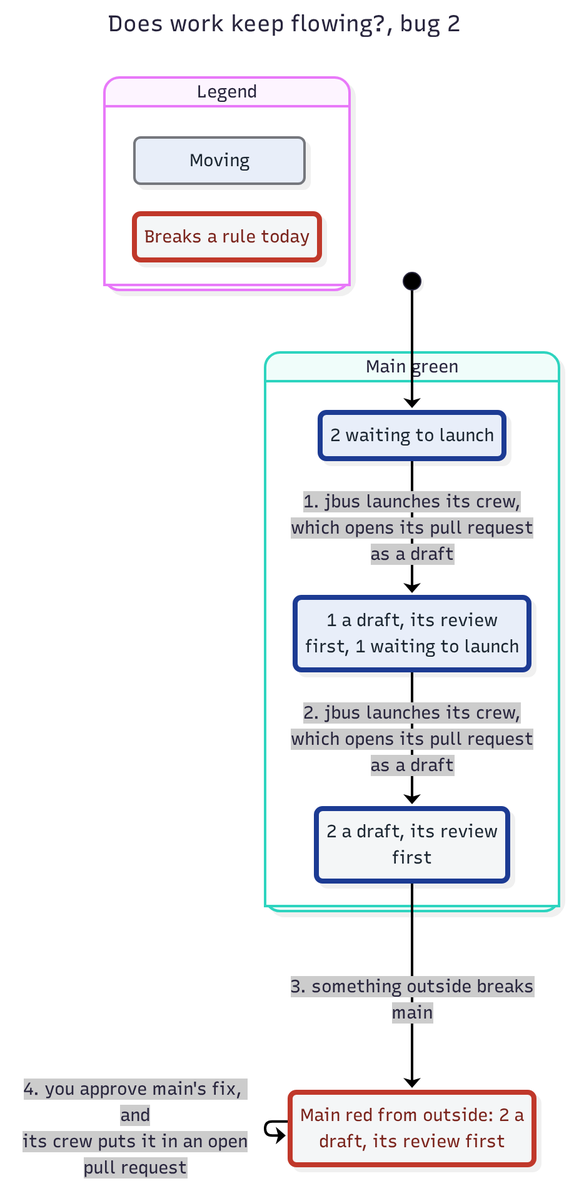
Earlier version of the Mermaid export features/jmerge/spec/FlowToday-statechart/bug-2.png (JoshuaHayesWasHere/jstack). Its source is kept beside it as features/jmerge/spec/FlowToday-statechart/bug-2.mmd.
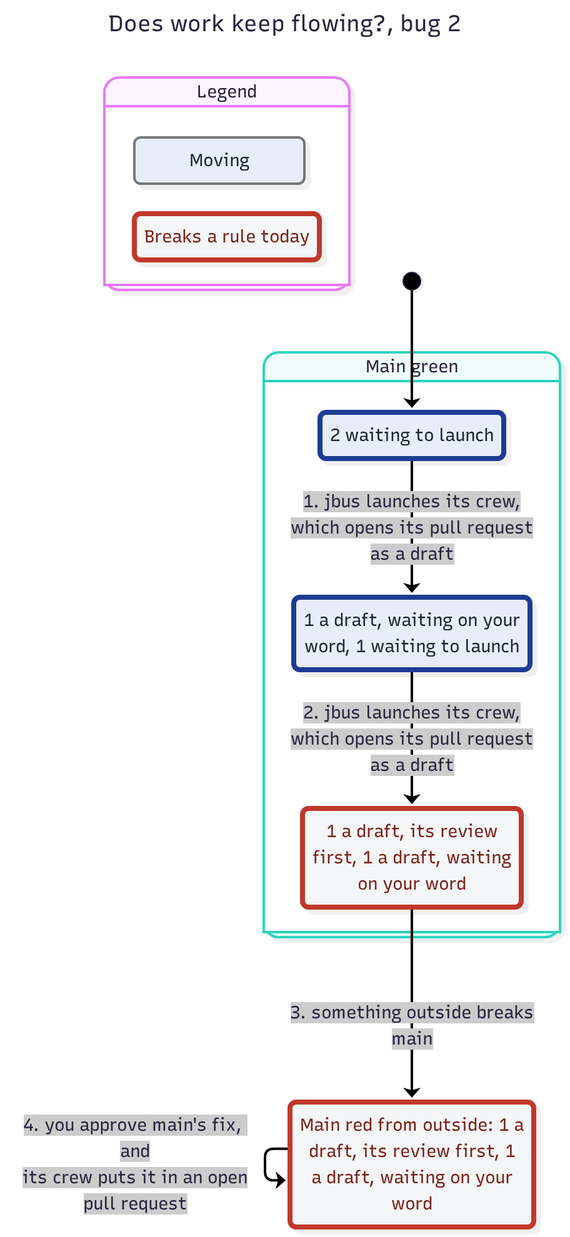
After the change.

Diff of the diagram source:
```diff
@@ -7,7 +7,6 @@
 ---
 stateDiagram-v2
   classDef plainWrong fill:#f4f6f7,stroke:#c0392b,stroke-width:4px,color:#7b241c
-  classDef plainPath fill:#f4f6f7,stroke:#1f3a93,stroke-width:4px,color:#1b2631
   classDef group1 fill:#e8eef9,stroke:#74777d,color:#1b2631
   classDef group1Path fill:#e8eef9,stroke:#1f3a93,stroke-width:4px,color:#1b2631
   state "Legend" as legend {
@@ -17,17 +16,17 @@
   class legendGroup1 group1
   class legendWrong plainWrong
   state "Main green" as g0 {
-    state "1 a draft, its review<br/>first, 1 waiting to launch" as s0
-    state "2 a draft, its review<br/>first" as s1
+    state "1 a draft, its review<br/>first, 1 a draft, waiting<br/>on your word" as s0
+    state "1 a draft, waiting on your<br/>word, 1 waiting to launch" as s1
     state "2 waiting to launch" as s2
   }
-  state "Main red from outside: 2 a<br/>draft, its review first" as s3
+  state "Main red from outside: 1 a<br/>draft, its review first, 1<br/>a draft, waiting on your<br/>word" as s3
   [*] --> s2
-  s2 --> s0 : 1. jbus launches its crew,<br/>which opens its pull request<br/>as a draft
-  s0 --> s1 : 2. jbus launches its crew,<br/>which opens its pull request<br/>as a draft
-  s1 --> s3 : 3. something outside breaks<br/>main
+  s2 --> s1 : 1. jbus launches its crew,<br/>which opens its pull request<br/>as a draft
+  s1 --> s0 : 2. jbus launches its crew,<br/>which opens its pull request<br/>as a draft
+  s0 --> s3 : 3. something outside breaks<br/>main
   s3 --> s3 : 4. you approve main's fix, and<br/>its crew puts it in an open<br/>pull request
-  class s0 group1Path
-  class s1 plainPath
+  class s0 plainWrong
+  class s1 group1Path
   class s2 group1Path
   class s3 plainWrong
```
